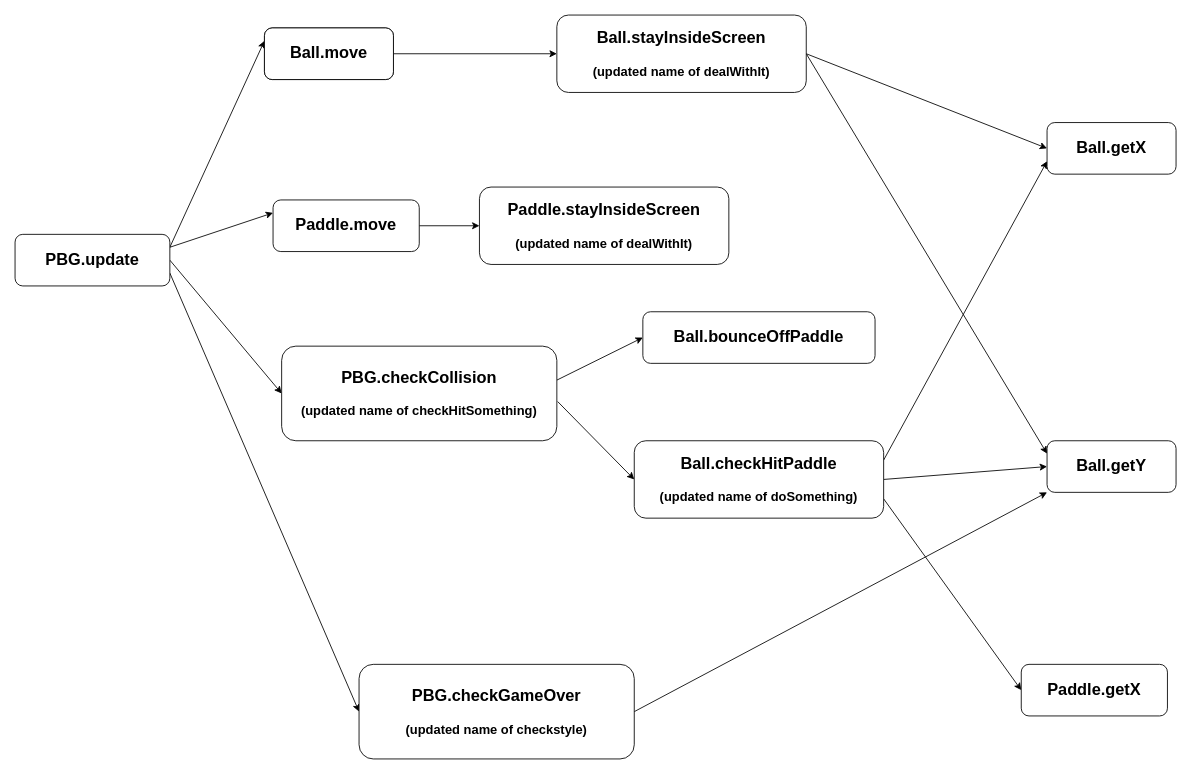
Aimee-v-yh/draw.io keeps this draw.io diagram as Lab2/Lab2CallGraphupdate.drawio. Above is the earlier version. Source tidied: cells renumbered, new cells numbered last; positions are measured from the earlier drawing's top-left corner, leaving out a move shared by most shapes. Both pictures are drawn from the tidied source at 86%, with x=0, y=0 at pixel (15, 15).
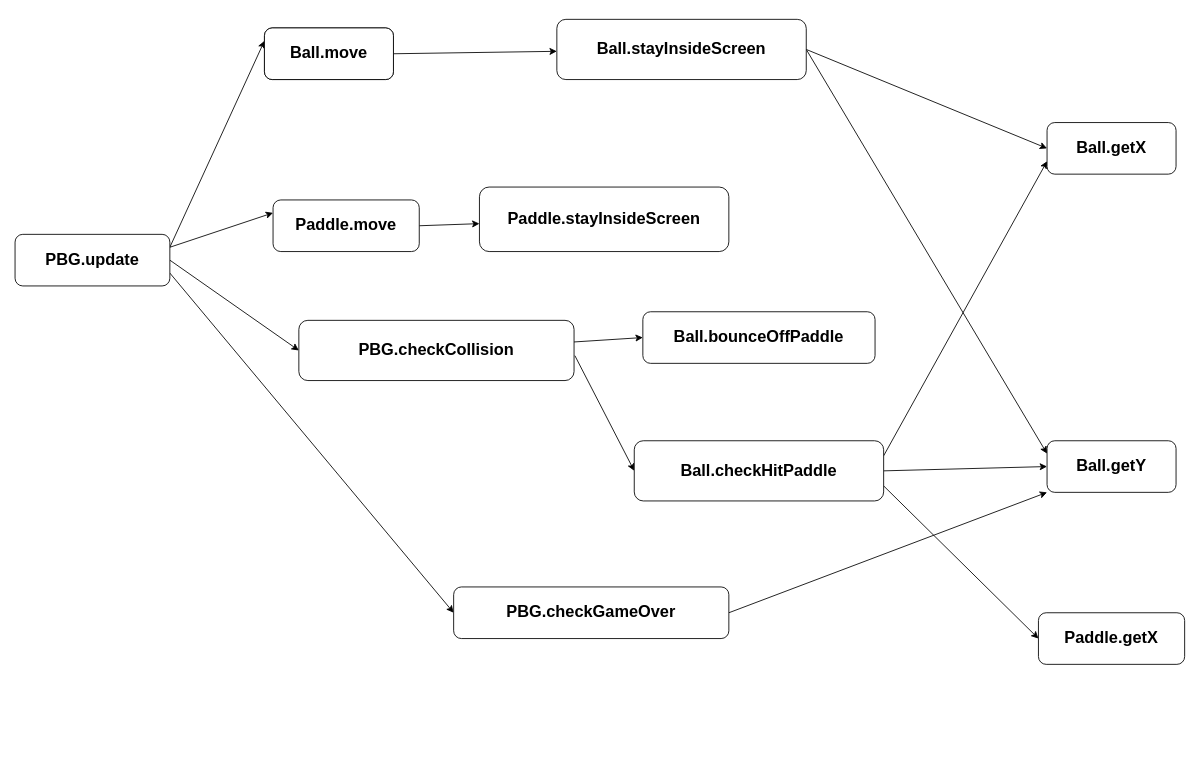
The same page after the edit.

The edit, as a diff of the source:
```diff
@@
-    <mxCell id="12" value="&lt;b style=&quot;&quot;&gt;&lt;font style=&quot;font-size: 19px;&quot;&gt;Ball.stayInsideScreen&lt;/font&gt;&lt;br&gt;&lt;font style=&quot;font-size: 15px;&quot;&gt;&lt;br&gt;(updated name of dealWithIt)&lt;/font&gt;&lt;/b&gt;" style="rounded=1;whiteSpace=wrap;html=1;" parent="1" vertex="1">
-      <mxGeometry x="630" width="290" height="90" as="geometry" />
+    <mxCell id="12" value="&lt;b style=&quot;&quot;&gt;&lt;font style=&quot;font-size: 19px;&quot;&gt;Ball.stayInsideScreen&lt;/font&gt;&lt;font style=&quot;font-size: 15px;&quot;&gt;&lt;br&gt;&lt;/font&gt;&lt;/b&gt;" style="rounded=1;whiteSpace=wrap;html=1;" parent="1" vertex="1">
+      <mxGeometry x="630" y="5" width="290" height="70" as="geometry" />
     </mxCell>
@@
-    <mxCell id="17" value="&lt;b style=&quot;&quot;&gt;&lt;font style=&quot;font-size: 19px;&quot;&gt;Paddle.stayInsideScreen&lt;/font&gt;&lt;br&gt;&lt;font style=&quot;font-size: 15px;&quot;&gt;&lt;br&gt;(updated name of dealWithIt)&lt;/font&gt;&lt;/b&gt;" style="rounded=1;whiteSpace=wrap;html=1;" parent="1" vertex="1">
-      <mxGeometry x="540" y="200" width="290" height="90" as="geometry" />
+    <mxCell id="17" value="&lt;b style=&quot;&quot;&gt;&lt;font style=&quot;font-size: 19px;&quot;&gt;Paddle.stayInsideScreen&lt;/font&gt;&lt;font style=&quot;font-size: 15px;&quot;&gt;&lt;br&gt;&lt;/font&gt;&lt;/b&gt;" style="rounded=1;whiteSpace=wrap;html=1;" parent="1" vertex="1">
+      <mxGeometry x="540" y="200" width="290" height="75" as="geometry" />
     </mxCell>
@@
-    <mxCell id="20" value="&lt;font style=&quot;font-size: 15px;&quot;&gt;&lt;b style=&quot;&quot;&gt;&lt;font style=&quot;font-size: 19px;&quot;&gt;PBG.checkCollision&lt;/font&gt;&lt;br&gt;&lt;br&gt;(updated name of checkHitSomething)&lt;br&gt;&lt;/b&gt;&lt;/font&gt;" style="rounded=1;whiteSpace=wrap;html=1;" parent="1" vertex="1">
-      <mxGeometry x="310" y="385" width="320" height="110" as="geometry" />
+    <mxCell id="20" value="&lt;font style=&quot;font-size: 15px;&quot;&gt;&lt;b style=&quot;&quot;&gt;&lt;font style=&quot;font-size: 19px;&quot;&gt;PBG.checkCollision&lt;/font&gt;&lt;br&gt;&lt;/b&gt;&lt;/font&gt;" style="rounded=1;whiteSpace=wrap;html=1;" parent="1" vertex="1">
+      <mxGeometry x="330" y="355" width="320" height="70" as="geometry" />
     </mxCell>
@@
-    <mxCell id="24" value="&lt;b style=&quot;&quot;&gt;&lt;font style=&quot;font-size: 19px;&quot;&gt;Ball.checkHitPaddle&lt;/font&gt;&lt;br&gt;&lt;font style=&quot;font-size: 15px;&quot;&gt;&lt;br&gt;(updated name of doSomething)&lt;/font&gt;&lt;/b&gt;" style="rounded=1;whiteSpace=wrap;html=1;" parent="1" vertex="1">
-      <mxGeometry x="720" y="495" width="290" height="90" as="geometry" />
+    <mxCell id="24" value="&lt;b style=&quot;&quot;&gt;&lt;font style=&quot;font-size: 19px;&quot;&gt;Ball.checkHitPaddle&lt;/font&gt;&lt;font style=&quot;font-size: 15px;&quot;&gt;&lt;br&gt;&lt;/font&gt;&lt;/b&gt;" style="rounded=1;whiteSpace=wrap;html=1;" parent="1" vertex="1">
+      <mxGeometry x="720" y="495" width="290" height="70" as="geometry" />
     </mxCell>
     <mxCell id="25" value="&lt;b style=&quot;&quot;&gt;&lt;font style=&quot;font-size: 19px;&quot;&gt;Paddle.getX&lt;/font&gt;&lt;/b&gt;" style="rounded=1;whiteSpace=wrap;html=1;" parent="1" vertex="1">
-      <mxGeometry x="1170" y="755" width="170" height="60" as="geometry" />
+      <mxGeometry x="1190" y="695" width="170" height="60" as="geometry" />
     </mxCell>
@@
-    <mxCell id="28" value="&lt;font style=&quot;font-size: 15px;&quot;&gt;&lt;b style=&quot;&quot;&gt;&lt;font style=&quot;font-size: 19px;&quot;&gt;PBG.checkGameOver&lt;/font&gt;&lt;br&gt;&lt;br&gt;(updated name of checkstyle)&lt;br&gt;&lt;/b&gt;&lt;/font&gt;" style="rounded=1;whiteSpace=wrap;html=1;" parent="1" vertex="1">
-      <mxGeometry x="400" y="755" width="320" height="110" as="geometry" />
+    <mxCell id="28" value="&lt;font style=&quot;font-size: 15px;&quot;&gt;&lt;b style=&quot;&quot;&gt;&lt;font style=&quot;font-size: 19px;&quot;&gt;PBG.checkGameOver&lt;/font&gt;&lt;br&gt;&lt;/b&gt;&lt;/font&gt;" style="rounded=1;whiteSpace=wrap;html=1;" parent="1" vertex="1">
+      <mxGeometry x="510" y="665" width="320" height="60" as="geometry" />
     </mxCell>
```
